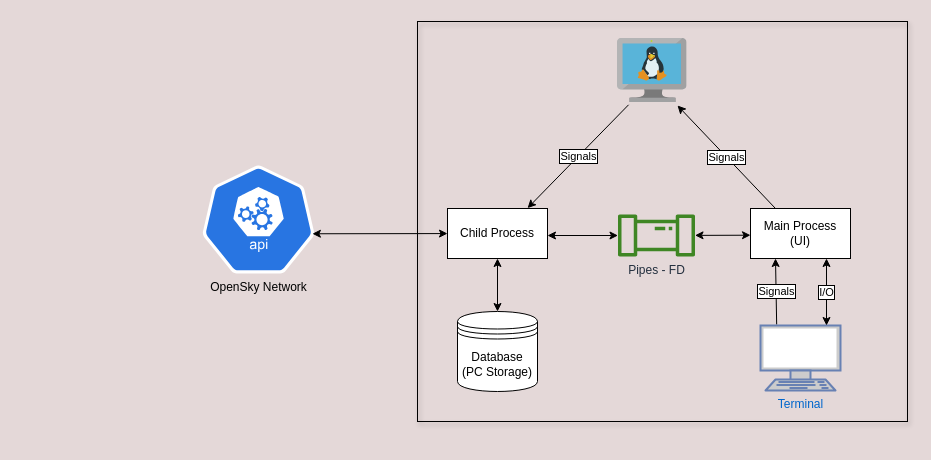
This is FlightsProject.drawio from nirpr/Linux-FlightsAPI, a draw.io file, before an edit. Source tidied: cells renumbered, new cells numbered last; positions are measured from the earlier drawing's top-left corner, leaving out a move shared by most shapes. Both pictures are drawn from the tidied source at 100%, with x=0, y=0 at pixel (198, 21).
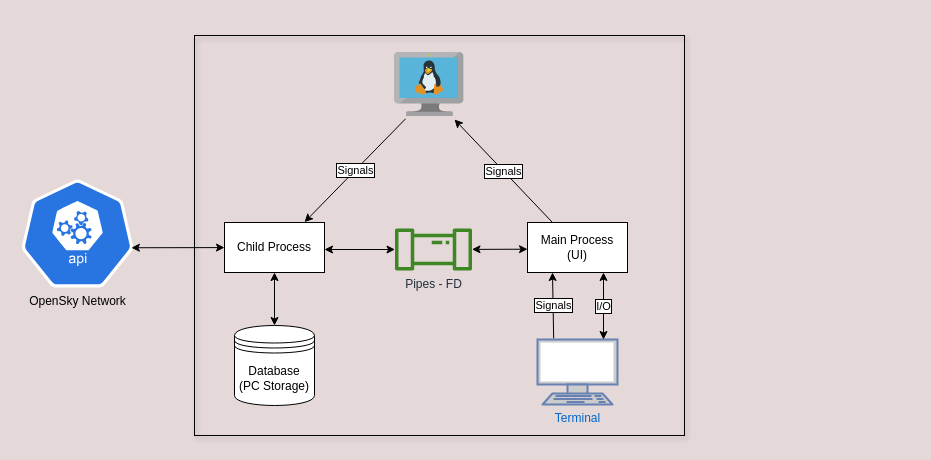
Above is the later version.

Change to the diagram source:
```diff
@@
+    <mxCell id="18" style="group;" parent="1" vertex="1">
+      <mxGeometry x="-181" y="14" width="667" height="400" as="geometry" />
+    </mxCell>
-    <mxCell id="2" style="rounded=0;whiteSpace=wrap;html=1;fillColor=none;shadow=1;glass=0;" parent="1" vertex="1">
-      <mxGeometry x="219" width="490" height="400" as="geometry" />
+    <mxCell id="2" style="rounded=0;whiteSpace=wrap;html=1;fillColor=none;shadow=1;glass=0;" parent="18" vertex="1">
+      <mxGeometry x="177" width="490" height="400" as="geometry" />
     </mxCell>
-    <mxCell id="3" value="OpenSky Network" style="sketch=0;html=1;dashed=0;whitespace=wrap;fillColor=#2875E2;strokeColor=#ffffff;points=[[0.005,0.63,0],[0.1,0.2,0],[0.9,0.2,0],[0.5,0,0],[0.995,0.63,0],[0.72,0.99,0],[0.5,1,0],[0.28,0.99,0]];verticalLabelPosition=bottom;align=center;verticalAlign=top;shape=mxgraph.kubernetes.icon;prIcon=api;" parent="1" vertex="1">
+    <mxCell id="3" value="OpenSky Network" style="sketch=0;html=1;dashed=0;whitespace=wrap;fillColor=#2875E2;strokeColor=#ffffff;points=[[0.005,0.63,0],[0.1,0.2,0],[0.9,0.2,0],[0.5,0,0],[0.995,0.63,0],[0.72,0.99,0],[0.5,1,0],[0.28,0.99,0]];verticalLabelPosition=bottom;align=center;verticalAlign=top;shape=mxgraph.kubernetes.icon;prIcon=api;" parent="18" vertex="1">
       <mxGeometry y="144" width="120" height="108" as="geometry" />
     </mxCell>
-    <mxCell id="4" value="Database&lt;br&gt;(PC Storage)" style="shape=datastore;whiteSpace=wrap;html=1;" parent="1" vertex="1">
-      <mxGeometry x="259" y="290" width="80" height="80" as="geometry" />
+    <mxCell id="4" value="Database&lt;br&gt;(PC Storage)" style="shape=datastore;whiteSpace=wrap;html=1;" parent="18" vertex="1">
+      <mxGeometry x="217" y="290" width="80" height="80" as="geometry" />
     </mxCell>
-    <mxCell id="5" value="Main Process&lt;br&gt;(UI)" style="html=1;dashed=0;whiteSpace=wrap;" parent="1" vertex="1">
-      <mxGeometry x="552" y="187" width="100" height="50" as="geometry" />
+    <mxCell id="5" value="Main Process&lt;br&gt;(UI)" style="html=1;dashed=0;whiteSpace=wrap;" parent="18" vertex="1">
+      <mxGeometry x="510" y="187" width="100" height="50" as="geometry" />
     </mxCell>
-    <mxCell id="6" value="Child Process" style="html=1;dashed=0;whiteSpace=wrap;" parent="1" vertex="1">
-      <mxGeometry x="249" y="187" width="100" height="50" as="geometry" />
+    <mxCell id="6" value="Child Process" style="html=1;dashed=0;whiteSpace=wrap;" parent="18" vertex="1">
+      <mxGeometry x="207" y="187" width="100" height="50" as="geometry" />
     </mxCell>
-    <mxCell id="7" style="image;sketch=0;html=1;points=[];align=center;fontSize=12;image=img/lib/mscae/VM_Linux.svg;" parent="1" vertex="1">
-      <mxGeometry x="419" y="17" width="69.6" height="64" as="geometry" />
+    <mxCell id="7" style="image;sketch=0;html=1;points=[];align=center;fontSize=12;image=img/lib/mscae/VM_Linux.svg;" parent="18" vertex="1">
+      <mxGeometry x="377" y="17" width="69.6" height="64" as="geometry" />
     </mxCell>
-    <mxCell id="8" style="endArrow=classic;startArrow=classic;html=1;rounded=0;exitX=0.949;exitY=0.632;exitDx=0;exitDy=0;exitPerimeter=0;" parent="1" edge="1" source="3" target="6">
+    <mxCell id="8" style="endArrow=classic;startArrow=classic;html=1;rounded=0;exitX=0.949;exitY=0.632;exitDx=0;exitDy=0;exitPerimeter=0;" parent="18" edge="1" source="3" target="6">
       <mxGeometry relative="1" as="geometry" />
     </mxCell>
-    <mxCell id="9" style="endArrow=classic;startArrow=classic;html=1;rounded=0;exitX=0.5;exitY=0;exitDx=0;exitDy=0;entryX=0.5;entryY=1;entryDx=0;entryDy=0;" parent="1" edge="1" source="4" target="6">
+    <mxCell id="9" style="endArrow=classic;startArrow=classic;html=1;rounded=0;exitX=0.5;exitY=0;exitDx=0;exitDy=0;entryX=0.5;entryY=1;entryDx=0;entryDy=0;" parent="18" edge="1" source="4" target="6">
       <mxGeometry relative="1" as="geometry" />
     </mxCell>
-    <mxCell id="10" value="Pipes - FD" style="sketch=0;outlineConnect=0;fontColor=#232F3E;gradientColor=none;fillColor=#3F8624;strokeColor=none;dashed=0;verticalLabelPosition=bottom;verticalAlign=top;align=center;html=1;fontSize=12;fontStyle=0;shape=mxgraph.aws4.iot_analytics_pipeline;" parent="1" vertex="1">
-      <mxGeometry x="419" y="193" width="78" height="42" as="geometry" />
+    <mxCell id="10" value="Pipes - FD" style="sketch=0;outlineConnect=0;fontColor=#232F3E;gradientColor=none;fillColor=#3F8624;strokeColor=none;dashed=0;verticalLabelPosition=bottom;verticalAlign=top;align=center;html=1;fontSize=12;fontStyle=0;shape=mxgraph.aws4.iot_analytics_pipeline;" parent="18" vertex="1">
+      <mxGeometry x="377" y="193" width="78" height="42" as="geometry" />
     </mxCell>
-    <mxCell id="11" style="endArrow=classic;startArrow=classic;html=1;rounded=0;exitX=1;exitY=0.5;exitDx=0;exitDy=0;" parent="1" edge="1" target="10">
+    <mxCell id="11" style="endArrow=classic;startArrow=classic;html=1;rounded=0;exitX=1;exitY=0.5;exitDx=0;exitDy=0;" parent="18" edge="1" target="10">
       <mxGeometry relative="1" as="geometry">
-        <mxPoint x="349" y="214" as="sourcePoint" />
+        <mxPoint x="307" y="214" as="sourcePoint" />
       </mxGeometry>
     </mxCell>
-    <mxCell id="12" style="endArrow=classic;startArrow=classic;html=1;rounded=0;" parent="1" edge="1" source="10">
+    <mxCell id="12" style="endArrow=classic;startArrow=classic;html=1;rounded=0;" parent="18" edge="1" source="10">
       <mxGeometry relative="1" as="geometry">
-        <mxPoint x="552" y="213.7" as="targetPoint" />
+        <mxPoint x="510" y="213.7" as="targetPoint" />
       </mxGeometry>
     </mxCell>
-    <mxCell id="13" value="Terminal" style="fontColor=#0066CC;verticalAlign=top;verticalLabelPosition=bottom;labelPosition=center;align=center;html=1;outlineConnect=0;fillColor=#CCCCCC;strokeColor=#6881B3;gradientColor=none;gradientDirection=north;strokeWidth=2;shape=mxgraph.networks.terminal;" parent="1" vertex="1">
-      <mxGeometry x="562" y="304" width="80" height="65" as="geometry" />
+    <mxCell id="13" value="Terminal" style="fontColor=#0066CC;verticalAlign=top;verticalLabelPosition=bottom;labelPosition=center;align=center;html=1;outlineConnect=0;fillColor=#CCCCCC;strokeColor=#6881B3;gradientColor=none;gradientDirection=north;strokeWidth=2;shape=mxgraph.networks.terminal;" parent="18" vertex="1">
+      <mxGeometry x="520" y="304" width="80" height="65" as="geometry" />
     </mxCell>
-    <mxCell id="14" value="I/O" style="endArrow=classic;startArrow=classic;html=1;rounded=0;entryX=0.5;entryY=0;entryDx=0;entryDy=0;entryPerimeter=0;labelBorderColor=default;" parent="1" edge="1">
+    <mxCell id="14" value="I/O" style="endArrow=classic;startArrow=classic;html=1;rounded=0;entryX=0.5;entryY=0;entryDx=0;entryDy=0;entryPerimeter=0;labelBorderColor=default;" parent="18" edge="1">
       <mxGeometry relative="1" as="geometry">
-        <mxPoint x="628" y="237" as="sourcePoint" />
-        <mxPoint x="628" y="304" as="targetPoint" />
+        <mxPoint x="586" y="237" as="sourcePoint" />
+        <mxPoint x="586" y="304" as="targetPoint" />
       </mxGeometry>
     </mxCell>
-    <mxCell id="15" value="Signals" style="endArrow=classic;html=1;rounded=0;entryX=0.862;entryY=1.047;entryDx=0;entryDy=0;entryPerimeter=0;exitX=0.25;exitY=0;exitDx=0;exitDy=0;labelBorderColor=default;" parent="1" edge="1" source="5" target="7">
+    <mxCell id="15" value="Signals" style="endArrow=classic;html=1;rounded=0;entryX=0.862;entryY=1.047;entryDx=0;entryDy=0;entryPerimeter=0;exitX=0.25;exitY=0;exitDx=0;exitDy=0;labelBorderColor=default;" parent="18" edge="1" source="5" target="7">
       <mxGeometry relative="1" as="geometry" />
     </mxCell>
-    <mxCell id="16" value="Signals" style="endArrow=classic;html=1;rounded=0;entryX=0.801;entryY=-0.008;entryDx=0;entryDy=0;entryPerimeter=0;exitX=0.159;exitY=1.036;exitDx=0;exitDy=0;exitPerimeter=0;labelBorderColor=default;" parent="1" edge="1" source="7" target="6">
+    <mxCell id="16" value="Signals" style="endArrow=classic;html=1;rounded=0;entryX=0.801;entryY=-0.008;entryDx=0;entryDy=0;entryPerimeter=0;exitX=0.159;exitY=1.036;exitDx=0;exitDy=0;exitPerimeter=0;labelBorderColor=default;" parent="18" edge="1" source="7" target="6">
       <mxGeometry relative="1" as="geometry" />
     </mxCell>
-    <mxCell id="17" value="Signals" style="endArrow=classic;html=1;rounded=0;entryX=0.25;entryY=1;entryDx=0;entryDy=0;labelBorderColor=default;exitX=0.202;exitY=-0.018;exitDx=0;exitDy=0;exitPerimeter=0;" parent="1" edge="1" source="13" target="5">
+    <mxCell id="17" value="Signals" style="endArrow=classic;html=1;rounded=0;entryX=0.25;entryY=1;entryDx=0;entryDy=0;labelBorderColor=default;exitX=0.202;exitY=-0.018;exitDx=0;exitDy=0;exitPerimeter=0;" parent="18" edge="1" source="13" target="5">
       <mxGeometry relative="1" as="geometry" />
     </mxCell>
```
